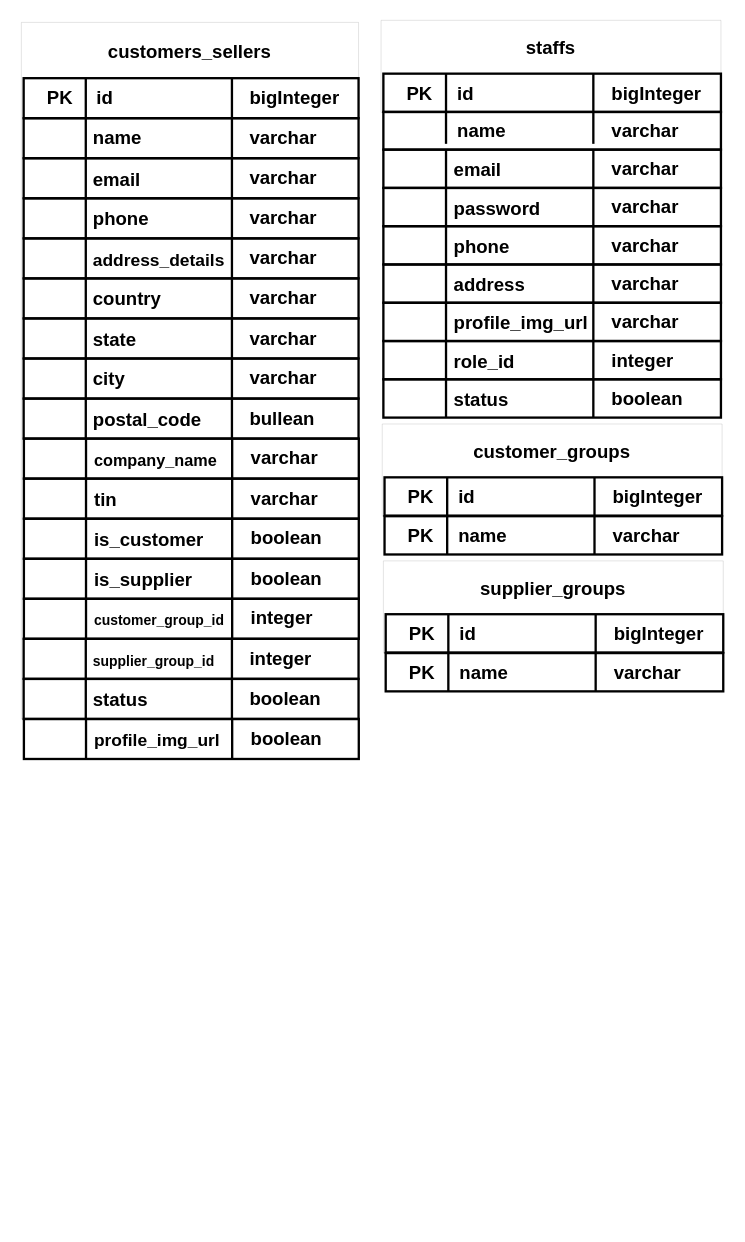
The draw.io diagram page "people" (3 of 5) of inventory_db.drawio in efthakhar/inventory_sytem_database_design, before the edit. Source tidied: cells renumbered, new cells numbered last; positions are measured from the earlier drawing's top-left corner, leaving out a move shared by most shapes. Both pictures are drawn from the tidied source at 116%, with x=0, y=0 at pixel (21, 20).
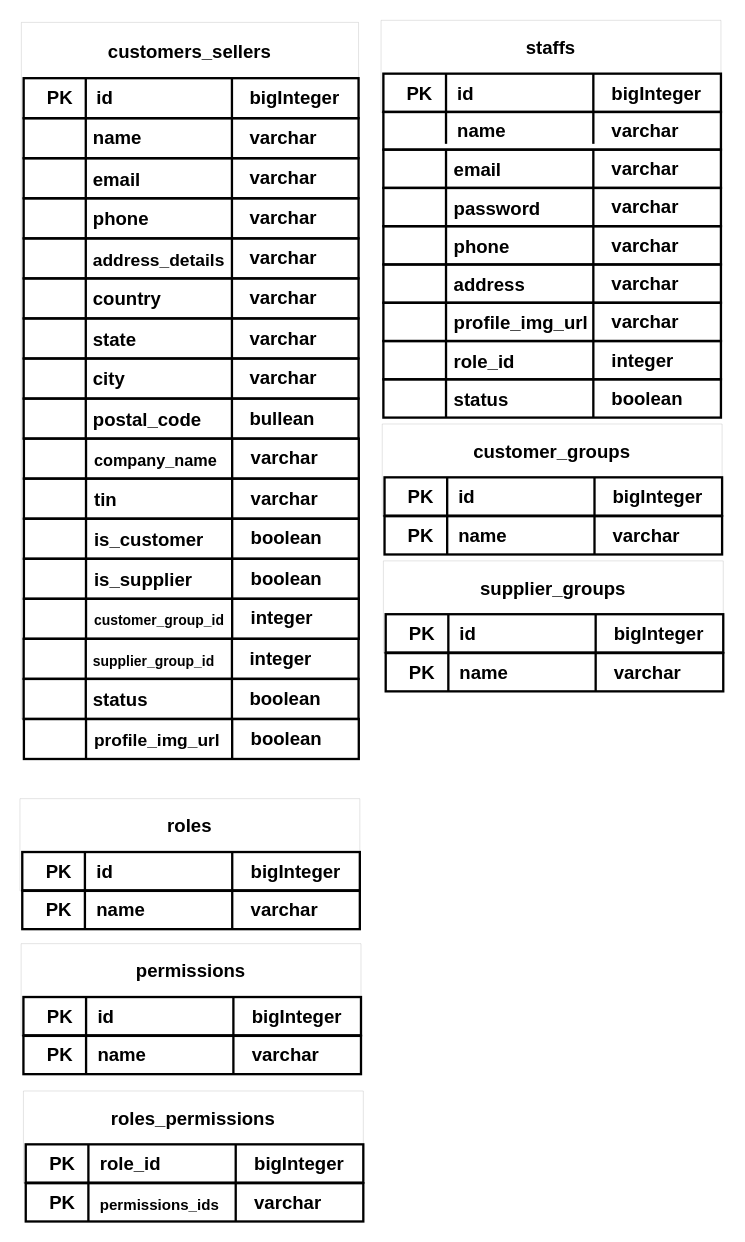
The same diagram, later.

What changed in the source:
```diff
@@
+    <mxCell id="162" style="rounded=0;whiteSpace=wrap;html=1;labelBorderColor=none;fontSize=12;fontColor=default;strokeColor=#000000;strokeWidth=2;fillColor=none;flipV=0;flipH=1;rotation=0;" parent="1" vertex="1">
+      <mxGeometry x="0.7" y="750.5" width="291" height="33" as="geometry" />
+    </mxCell>
+    <mxCell id="163" value="varchar" style="text;html=1;align=left;verticalAlign=middle;fillColor=none;strokeColor=none;rounded=0;labelBorderColor=none;fontSize=16;fontColor=#000000;fontStyle=1;labelPosition=center;verticalLabelPosition=middle;spacing=0;flipV=0;flipH=1;rotation=0;" parent="162" vertex="1">
+      <mxGeometry x="197" y="5" width="68" height="23" as="geometry" />
+    </mxCell>
+    <mxCell id="164" value="name" style="text;html=1;align=left;verticalAlign=middle;fillColor=none;strokeColor=none;rounded=0;labelBorderColor=none;fontSize=16;fontColor=#000000;fontStyle=1;labelPosition=center;verticalLabelPosition=middle;flipV=0;flipH=1;rotation=0;" parent="162" vertex="1">
+      <mxGeometry x="62" y="5" width="52" height="23" as="geometry" />
+    </mxCell>
+    <mxCell id="165" value="PK" style="text;html=1;align=center;verticalAlign=middle;fillColor=none;strokeColor=none;rounded=0;labelBorderColor=none;fontSize=16;fontColor=#000000;fontStyle=1;labelPosition=center;verticalLabelPosition=middle;flipV=0;flipH=1;rotation=0;" parent="162" vertex="1">
+      <mxGeometry x="15" y="5" width="32" height="23" as="geometry" />
+    </mxCell>
+    <mxCell id="166" style="line;strokeWidth=2;direction=south;html=1;perimeter=backbonePerimeter;labelBorderColor=none;fontSize=12;fontColor=#000000;fillColor=none;strokeColor=#000000;flipV=0;flipH=1;rotation=0;rounded=0;" parent="162" vertex="1">
+      <mxGeometry x="49" width="10" height="33" as="geometry" />
+    </mxCell>
+    <mxCell id="167" style="line;strokeWidth=2;direction=south;html=1;perimeter=backbonePerimeter;labelBorderColor=none;fontSize=12;fontColor=#000000;fillColor=none;strokeColor=#000000;flipV=0;flipH=1;rotation=0;rounded=0;" parent="162" vertex="1">
+      <mxGeometry x="176" width="10" height="33" as="geometry" />
+    </mxCell>
+    <mxCell id="168" value="roles" style="swimlane;startSize=45;fontSize=16;strokeColor=#000000;swimlaneLine=0;fontColor=default;strokeWidth=0;rounded=0;" parent="1" vertex="1">
+      <mxGeometry x="-1.3" y="671" width="293" height="79.5" as="geometry" />
+    </mxCell>
+    <mxCell id="169" style="rounded=0;whiteSpace=wrap;html=1;labelBorderColor=none;fontSize=12;fontColor=default;strokeColor=#000000;strokeWidth=2;fillColor=none;flipV=0;flipH=1;rotation=0;" parent="168" vertex="1">
+      <mxGeometry x="2" y="46" width="291" height="33" as="geometry" />
+    </mxCell>
+    <mxCell id="170" value="bigInteger" style="text;html=1;align=left;verticalAlign=middle;fillColor=none;strokeColor=none;rounded=0;labelBorderColor=none;fontSize=16;fontColor=#000000;fontStyle=1;labelPosition=center;verticalLabelPosition=middle;spacing=0;flipV=0;flipH=1;rotation=0;" parent="169" vertex="1">
+      <mxGeometry x="197" y="5" width="87" height="23" as="geometry" />
+    </mxCell>
+    <mxCell id="171" value="id" style="text;html=1;align=left;verticalAlign=middle;fillColor=none;strokeColor=none;rounded=0;labelBorderColor=none;fontSize=16;fontColor=#000000;fontStyle=1;labelPosition=center;verticalLabelPosition=middle;flipV=0;flipH=1;rotation=0;" parent="169" vertex="1">
+      <mxGeometry x="62" y="5" width="24" height="23" as="geometry" />
+    </mxCell>
+    <mxCell id="172" value="PK" style="text;html=1;align=center;verticalAlign=middle;fillColor=none;strokeColor=none;rounded=0;labelBorderColor=none;fontSize=16;fontColor=#000000;fontStyle=1;labelPosition=center;verticalLabelPosition=middle;flipV=0;flipH=1;rotation=0;" parent="169" vertex="1">
+      <mxGeometry x="15" y="5" width="32" height="23" as="geometry" />
+    </mxCell>
+    <mxCell id="173" style="line;strokeWidth=2;direction=south;html=1;perimeter=backbonePerimeter;labelBorderColor=none;fontSize=12;fontColor=#000000;fillColor=none;strokeColor=#000000;flipV=0;flipH=1;rotation=0;rounded=0;" parent="169" vertex="1">
+      <mxGeometry x="49" width="10" height="33" as="geometry" />
+    </mxCell>
+    <mxCell id="174" style="line;strokeWidth=2;direction=south;html=1;perimeter=backbonePerimeter;labelBorderColor=none;fontSize=12;fontColor=#000000;fillColor=none;strokeColor=#000000;flipV=0;flipH=1;rotation=0;rounded=0;" parent="169" vertex="1">
+      <mxGeometry x="176" width="10" height="33" as="geometry" />
+    </mxCell>
+    <mxCell id="175" style="rounded=0;whiteSpace=wrap;html=1;labelBorderColor=none;fontSize=12;fontColor=default;strokeColor=#000000;strokeWidth=2;fillColor=none;flipV=0;flipH=1;rotation=0;" parent="1" vertex="1">
+      <mxGeometry x="1.7" y="875.5" width="291" height="33" as="geometry" />
+    </mxCell>
+    <mxCell id="176" value="varchar" style="text;html=1;align=left;verticalAlign=middle;fillColor=none;strokeColor=none;rounded=0;labelBorderColor=none;fontSize=16;fontColor=#000000;fontStyle=1;labelPosition=center;verticalLabelPosition=middle;spacing=0;flipV=0;flipH=1;rotation=0;" parent="175" vertex="1">
+      <mxGeometry x="197" y="5" width="68" height="23" as="geometry" />
+    </mxCell>
+    <mxCell id="177" value="name" style="text;html=1;align=left;verticalAlign=middle;fillColor=none;strokeColor=none;rounded=0;labelBorderColor=none;fontSize=16;fontColor=#000000;fontStyle=1;labelPosition=center;verticalLabelPosition=middle;flipV=0;flipH=1;rotation=0;" parent="175" vertex="1">
+      <mxGeometry x="62" y="5" width="52" height="23" as="geometry" />
+    </mxCell>
+    <mxCell id="178" value="PK" style="text;html=1;align=center;verticalAlign=middle;fillColor=none;strokeColor=none;rounded=0;labelBorderColor=none;fontSize=16;fontColor=#000000;fontStyle=1;labelPosition=center;verticalLabelPosition=middle;flipV=0;flipH=1;rotation=0;" parent="175" vertex="1">
+      <mxGeometry x="15" y="5" width="32" height="23" as="geometry" />
+    </mxCell>
+    <mxCell id="179" style="line;strokeWidth=2;direction=south;html=1;perimeter=backbonePerimeter;labelBorderColor=none;fontSize=12;fontColor=#000000;fillColor=none;strokeColor=#000000;flipV=0;flipH=1;rotation=0;rounded=0;" parent="175" vertex="1">
+      <mxGeometry x="49" width="10" height="33" as="geometry" />
+    </mxCell>
+    <mxCell id="180" style="line;strokeWidth=2;direction=south;html=1;perimeter=backbonePerimeter;labelBorderColor=none;fontSize=12;fontColor=#000000;fillColor=none;strokeColor=#000000;flipV=0;flipH=1;rotation=0;rounded=0;" parent="175" vertex="1">
+      <mxGeometry x="176" width="10" height="33" as="geometry" />
+    </mxCell>
+    <mxCell id="181" value="permissions" style="swimlane;startSize=45;fontSize=16;strokeColor=#000000;swimlaneLine=0;fontColor=default;strokeWidth=0;rounded=0;" parent="1" vertex="1">
+      <mxGeometry x="-0.3" y="796" width="293" height="79.5" as="geometry" />
+    </mxCell>
+    <mxCell id="182" style="rounded=0;whiteSpace=wrap;html=1;labelBorderColor=none;fontSize=12;fontColor=default;strokeColor=#000000;strokeWidth=2;fillColor=none;flipV=0;flipH=1;rotation=0;" parent="181" vertex="1">
+      <mxGeometry x="2" y="46" width="291" height="33" as="geometry" />
+    </mxCell>
+    <mxCell id="183" value="bigInteger" style="text;html=1;align=left;verticalAlign=middle;fillColor=none;strokeColor=none;rounded=0;labelBorderColor=none;fontSize=16;fontColor=#000000;fontStyle=1;labelPosition=center;verticalLabelPosition=middle;spacing=0;flipV=0;flipH=1;rotation=0;" parent="182" vertex="1">
+      <mxGeometry x="197" y="5" width="87" height="23" as="geometry" />
+    </mxCell>
+    <mxCell id="184" value="id" style="text;html=1;align=left;verticalAlign=middle;fillColor=none;strokeColor=none;rounded=0;labelBorderColor=none;fontSize=16;fontColor=#000000;fontStyle=1;labelPosition=center;verticalLabelPosition=middle;flipV=0;flipH=1;rotation=0;" parent="182" vertex="1">
+      <mxGeometry x="62" y="5" width="24" height="23" as="geometry" />
+    </mxCell>
+    <mxCell id="185" value="PK" style="text;html=1;align=center;verticalAlign=middle;fillColor=none;strokeColor=none;rounded=0;labelBorderColor=none;fontSize=16;fontColor=#000000;fontStyle=1;labelPosition=center;verticalLabelPosition=middle;flipV=0;flipH=1;rotation=0;" parent="182" vertex="1">
+      <mxGeometry x="15" y="5" width="32" height="23" as="geometry" />
+    </mxCell>
+    <mxCell id="186" style="line;strokeWidth=2;direction=south;html=1;perimeter=backbonePerimeter;labelBorderColor=none;fontSize=12;fontColor=#000000;fillColor=none;strokeColor=#000000;flipV=0;flipH=1;rotation=0;rounded=0;" parent="182" vertex="1">
+      <mxGeometry x="49" width="10" height="33" as="geometry" />
+    </mxCell>
+    <mxCell id="187" style="line;strokeWidth=2;direction=south;html=1;perimeter=backbonePerimeter;labelBorderColor=none;fontSize=12;fontColor=#000000;fillColor=none;strokeColor=#000000;flipV=0;flipH=1;rotation=0;rounded=0;" parent="182" vertex="1">
+      <mxGeometry x="176" width="10" height="33" as="geometry" />
+    </mxCell>
+    <mxCell id="188" style="rounded=0;whiteSpace=wrap;html=1;labelBorderColor=none;fontSize=12;fontColor=default;strokeColor=#000000;strokeWidth=2;fillColor=none;flipV=0;flipH=1;rotation=0;" parent="1" vertex="1">
+      <mxGeometry x="3.7" y="1002.5" width="291" height="33" as="geometry" />
+    </mxCell>
+    <mxCell id="189" value="varchar" style="text;html=1;align=left;verticalAlign=middle;fillColor=none;strokeColor=none;rounded=0;labelBorderColor=none;fontSize=16;fontColor=#000000;fontStyle=1;labelPosition=center;verticalLabelPosition=middle;spacing=0;flipV=0;flipH=1;rotation=0;" parent="188" vertex="1">
+      <mxGeometry x="197" y="5" width="68" height="23" as="geometry" />
+    </mxCell>
+    <mxCell id="190" value="&lt;font style=&quot;font-size: 13px&quot;&gt;permissions_ids&lt;/font&gt;" style="text;html=1;align=left;verticalAlign=middle;fillColor=none;strokeColor=none;rounded=0;labelBorderColor=none;fontSize=16;fontColor=#000000;fontStyle=1;labelPosition=center;verticalLabelPosition=middle;flipV=0;flipH=1;rotation=0;" parent="188" vertex="1">
+      <mxGeometry x="62" y="5" width="113" height="24" as="geometry" />
+    </mxCell>
+    <mxCell id="191" value="PK" style="text;html=1;align=center;verticalAlign=middle;fillColor=none;strokeColor=none;rounded=0;labelBorderColor=none;fontSize=16;fontColor=#000000;fontStyle=1;labelPosition=center;verticalLabelPosition=middle;flipV=0;flipH=1;rotation=0;" parent="188" vertex="1">
+      <mxGeometry x="15" y="5" width="32" height="23" as="geometry" />
+    </mxCell>
+    <mxCell id="192" style="line;strokeWidth=2;direction=south;html=1;perimeter=backbonePerimeter;labelBorderColor=none;fontSize=12;fontColor=#000000;fillColor=none;strokeColor=#000000;flipV=0;flipH=1;rotation=0;rounded=0;" parent="188" vertex="1">
+      <mxGeometry x="49" width="10" height="33" as="geometry" />
+    </mxCell>
+    <mxCell id="193" style="line;strokeWidth=2;direction=south;html=1;perimeter=backbonePerimeter;labelBorderColor=none;fontSize=12;fontColor=#000000;fillColor=none;strokeColor=#000000;flipV=0;flipH=1;rotation=0;rounded=0;" parent="188" vertex="1">
+      <mxGeometry x="176" width="10" height="33" as="geometry" />
+    </mxCell>
+    <mxCell id="194" value="roles_permissions" style="swimlane;startSize=45;fontSize=16;strokeColor=#000000;swimlaneLine=0;fontColor=default;strokeWidth=0;rounded=0;" parent="1" vertex="1">
+      <mxGeometry x="1.7" y="923" width="293" height="79.5" as="geometry" />
+    </mxCell>
+    <mxCell id="195" style="rounded=0;whiteSpace=wrap;html=1;labelBorderColor=none;fontSize=12;fontColor=default;strokeColor=#000000;strokeWidth=2;fillColor=none;flipV=0;flipH=1;rotation=0;" parent="194" vertex="1">
+      <mxGeometry x="2" y="46" width="291" height="33" as="geometry" />
+    </mxCell>
+    <mxCell id="196" value="bigInteger" style="text;html=1;align=left;verticalAlign=middle;fillColor=none;strokeColor=none;rounded=0;labelBorderColor=none;fontSize=16;fontColor=#000000;fontStyle=1;labelPosition=center;verticalLabelPosition=middle;spacing=0;flipV=0;flipH=1;rotation=0;" parent="195" vertex="1">
+      <mxGeometry x="197" y="5" width="87" height="23" as="geometry" />
+    </mxCell>
+    <mxCell id="197" value="role_id" style="text;html=1;align=left;verticalAlign=middle;fillColor=none;strokeColor=none;rounded=0;labelBorderColor=none;fontSize=16;fontColor=#000000;fontStyle=1;labelPosition=center;verticalLabelPosition=middle;flipV=0;flipH=1;rotation=0;" parent="195" vertex="1">
+      <mxGeometry x="62" y="5" width="62" height="23" as="geometry" />
+    </mxCell>
+    <mxCell id="198" value="PK" style="text;html=1;align=center;verticalAlign=middle;fillColor=none;strokeColor=none;rounded=0;labelBorderColor=none;fontSize=16;fontColor=#000000;fontStyle=1;labelPosition=center;verticalLabelPosition=middle;flipV=0;flipH=1;rotation=0;" parent="195" vertex="1">
+      <mxGeometry x="15" y="5" width="32" height="23" as="geometry" />
+    </mxCell>
+    <mxCell id="199" style="line;strokeWidth=2;direction=south;html=1;perimeter=backbonePerimeter;labelBorderColor=none;fontSize=12;fontColor=#000000;fillColor=none;strokeColor=#000000;flipV=0;flipH=1;rotation=0;rounded=0;" parent="195" vertex="1">
+      <mxGeometry x="49" width="10" height="33" as="geometry" />
+    </mxCell>
+    <mxCell id="200" style="line;strokeWidth=2;direction=south;html=1;perimeter=backbonePerimeter;labelBorderColor=none;fontSize=12;fontColor=#000000;fillColor=none;strokeColor=#000000;flipV=0;flipH=1;rotation=0;rounded=0;" parent="195" vertex="1">
+      <mxGeometry x="176" width="10" height="33" as="geometry" />
+    </mxCell>
```
